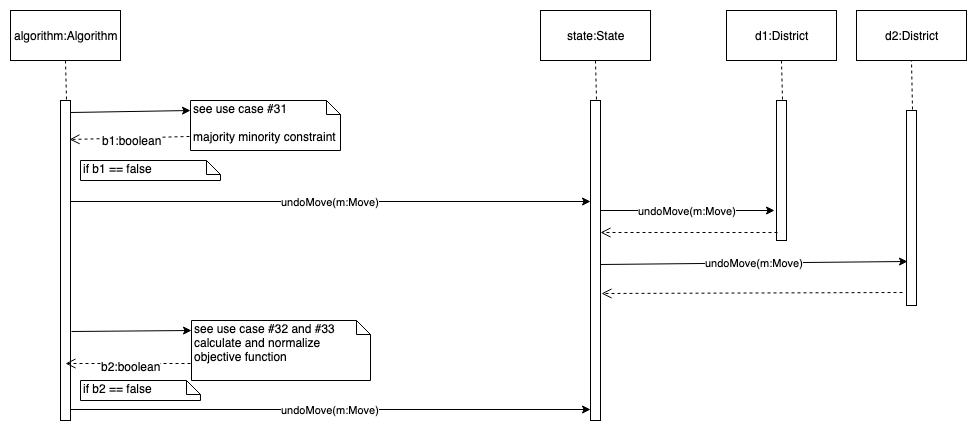
Before: Presentation/SequenceDiagrams/34. Finalize move_reject move.png, a diagram exported from draw.io (Randypaquette13/CSE308New). Source tidied: cells renumbered, new cells last; positions are measured from the earlier drawing's top-left corner, leaving out a move shared by most shapes.
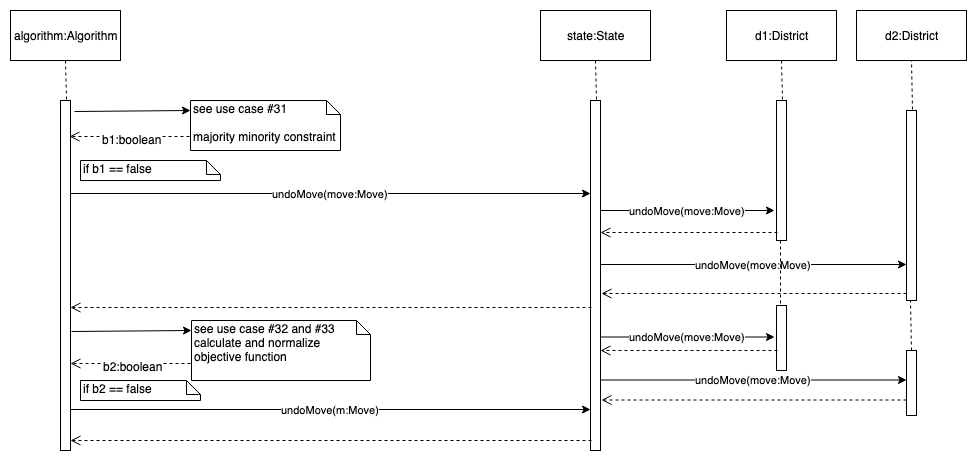
After the commit.

Change to the diagram source:
```diff
@@ -3,7 +3,7 @@
     <mxCell id="0" />
     <mxCell id="1" parent="0" />
     <mxCell id="2" style="html=1;points=[];perimeter=orthogonalPerimeter;" parent="1" vertex="1">
-      <mxGeometry x="50" y="90" width="10" height="320" as="geometry" />
+      <mxGeometry x="50" y="90" width="10" height="350" as="geometry" />
     </mxCell>
     <mxCell id="3" value="algorithm:Algorithm" style="html=1;" parent="1" vertex="1">
       <mxGeometry width="110" height="50" as="geometry" />
@@ -12,7 +12,7 @@
       <mxGeometry relative="1" as="geometry" />
     </mxCell>
     <mxCell id="5" style="html=1;points=[];perimeter=orthogonalPerimeter;" parent="1" vertex="1">
-      <mxGeometry x="580" y="90" width="10" height="320" as="geometry" />
+      <mxGeometry x="580" y="90" width="10" height="350" as="geometry" />
     </mxCell>
     <mxCell id="6" value="state:State" style="html=1;" parent="1" vertex="1">
       <mxGeometry x="530" width="110" height="50" as="geometry" />
@@ -20,10 +20,10 @@
     <mxCell id="7" style="endArrow=none;dashed=1;html=1;entryX=0.5;entryY=1;entryDx=0;entryDy=0;exitX=0.6;exitY=-0.004;exitDx=0;exitDy=0;exitPerimeter=0;" parent="1" edge="1" source="5" target="6">
       <mxGeometry relative="1" as="geometry" />
     </mxCell>
-    <mxCell id="8" value="undoMove(m:Move)" style="endArrow=classic;html=1;exitX=1;exitY=0.316;exitDx=0;exitDy=0;exitPerimeter=0;" parent="1" edge="1" source="2" target="5">
+    <mxCell id="8" value="undoMove(move:Move)" style="endArrow=classic;html=1;exitX=1;exitY=0.266;exitDx=0;exitDy=0;exitPerimeter=0;" parent="1" edge="1" source="2" target="5">
       <mxGeometry relative="1" as="geometry" />
     </mxCell>
-    <mxCell id="9" style="endArrow=classic;html=1;exitX=1;exitY=0.036;exitDx=0;exitDy=0;exitPerimeter=0;" parent="1" edge="1" source="2">
+    <mxCell id="9" style="endArrow=classic;html=1;exitX=1.4;exitY=0.031;exitDx=0;exitDy=0;exitPerimeter=0;" parent="1" edge="1" source="2">
       <mxGeometry relative="1" as="geometry">
         <mxPoint x="180" y="100" as="targetPoint" />
       </mxGeometry>
@@ -31,8 +31,10 @@
     <mxCell id="10" value="see use case #31&lt;br&gt;&lt;br&gt;majority minority constraint&lt;br&gt;" style="shape=note;whiteSpace=wrap;html=1;size=14;verticalAlign=top;align=left;spacingTop=-6;" parent="1" vertex="1">
       <mxGeometry x="180" y="90" width="150" height="50" as="geometry" />
     </mxCell>
-    <mxCell id="11" style="html=1;verticalAlign=bottom;endArrow=open;dashed=1;endSize=8;exitX=-0.007;exitY=0.72;exitDx=0;exitDy=0;exitPerimeter=0;entryX=0.9;entryY=0.123;entryDx=0;entryDy=0;entryPerimeter=0;" parent="1" edge="1" source="10" target="2">
-      <mxGeometry relative="1" as="geometry" />
+    <mxCell id="11" style="html=1;verticalAlign=bottom;endArrow=open;dashed=1;endSize=8;exitX=-0.007;exitY=0.72;exitDx=0;exitDy=0;exitPerimeter=0;" parent="1" edge="1" source="10">
+      <mxGeometry relative="1" as="geometry">
+        <mxPoint x="59" y="126" as="targetPoint" />
+      </mxGeometry>
     </mxCell>
     <mxCell id="12" value="b1:boolean" style="text;html=1;align=center;verticalAlign=middle;labelBackgroundColor=#ffffff;" parent="11" vertex="1">
       <mxGeometry x="-0.04" y="2" relative="1" as="geometry" />
@@ -50,7 +52,7 @@
       <mxGeometry relative="1" as="geometry" />
     </mxCell>
     <mxCell id="17" style="html=1;points=[];perimeter=orthogonalPerimeter;" parent="1" vertex="1">
-      <mxGeometry x="896" y="100" width="10" height="195" as="geometry" />
+      <mxGeometry x="896" y="100" width="10" height="190" as="geometry" />
     </mxCell>
     <mxCell id="18" value="d2:District" style="html=1;" parent="1" vertex="1">
       <mxGeometry x="846" width="110" height="50" as="geometry" />
@@ -58,10 +60,10 @@
     <mxCell id="19" style="endArrow=none;dashed=1;html=1;entryX=0.5;entryY=1;entryDx=0;entryDy=0;exitX=0.6;exitY=-0.004;exitDx=0;exitDy=0;exitPerimeter=0;" parent="1" edge="1" source="17" target="18">
       <mxGeometry relative="1" as="geometry" />
     </mxCell>
-    <mxCell id="20" value="undoMove(m:Move)" style="endArrow=classic;html=1;entryX=-0.2;entryY=0.786;entryDx=0;entryDy=0;entryPerimeter=0;" parent="1" edge="1" source="5" target="14">
+    <mxCell id="20" value="undoMove(move:Move)" style="endArrow=classic;html=1;entryX=-0.2;entryY=0.786;entryDx=0;entryDy=0;entryPerimeter=0;" parent="1" edge="1" source="5" target="14">
       <mxGeometry relative="1" as="geometry" />
     </mxCell>
-    <mxCell id="21" value="undoMove(m:Move)" style="endArrow=classic;html=1;entryX=0.1;entryY=0.772;entryDx=0;entryDy=0;entryPerimeter=0;" parent="1" edge="1" target="17">
+    <mxCell id="21" value="undoMove(move:Move)" style="endArrow=classic;html=1;" parent="1" edge="1" target="17">
       <mxGeometry relative="1" as="geometry">
         <mxPoint x="590" y="254" as="sourcePoint" />
       </mxGeometry>
@@ -69,7 +71,7 @@
     <mxCell id="22" style="html=1;verticalAlign=bottom;endArrow=open;dashed=1;endSize=8;exitX=0.1;exitY=0.943;exitDx=0;exitDy=0;exitPerimeter=0;" parent="1" edge="1" source="14" target="5">
       <mxGeometry relative="1" as="geometry" />
     </mxCell>
-    <mxCell id="23" style="html=1;verticalAlign=bottom;endArrow=open;dashed=1;endSize=8;exitX=-0.4;exitY=0.933;exitDx=0;exitDy=0;exitPerimeter=0;" parent="1" edge="1" source="17">
+    <mxCell id="23" style="html=1;verticalAlign=bottom;endArrow=open;dashed=1;endSize=8;" parent="1" edge="1" source="17">
       <mxGeometry relative="1" as="geometry">
         <mxPoint x="591" y="283" as="targetPoint" />
       </mxGeometry>
@@ -85,7 +87,7 @@
     </mxCell>
     <mxCell id="26" style="html=1;verticalAlign=bottom;endArrow=open;dashed=1;endSize=8;exitX=-0.007;exitY=0.72;exitDx=0;exitDy=0;exitPerimeter=0;" parent="1" edge="1" source="25">
       <mxGeometry relative="1" as="geometry">
-        <mxPoint x="55" y="353" as="targetPoint" />
+        <mxPoint x="60" y="353" as="targetPoint" />
       </mxGeometry>
     </mxCell>
     <mxCell id="27" value="b2:boolean" style="text;html=1;align=center;verticalAlign=middle;labelBackgroundColor=#ffffff;" parent="26" vertex="1">
@@ -100,5 +102,55 @@
         <mxPoint x="580" y="399" as="targetPoint" />
       </mxGeometry>
     </mxCell>
+    <mxCell id="30" style="endArrow=none;dashed=1;html=1;entryX=0.4;entryY=0.007;entryDx=0;entryDy=0;entryPerimeter=0;" parent="1" edge="1" target="31">
+      <mxGeometry relative="1" as="geometry">
+        <mxPoint x="770" y="230" as="sourcePoint" />
+      </mxGeometry>
+    </mxCell>
+    <mxCell id="31" style="html=1;points=[];perimeter=orthogonalPerimeter;" parent="1" vertex="1">
+      <mxGeometry x="766" y="295" width="10" height="65" as="geometry" />
+    </mxCell>
+    <mxCell id="32" value="undoMove(move:Move)" style="endArrow=classic;html=1;entryX=-0.2;entryY=0.786;entryDx=0;entryDy=0;entryPerimeter=0;" parent="1" edge="1">
+      <mxGeometry relative="1" as="geometry">
+        <mxPoint x="590" y="326.5" as="sourcePoint" />
+        <mxPoint x="764" y="326.5" as="targetPoint" />
+      </mxGeometry>
+    </mxCell>
+    <mxCell id="33" style="html=1;verticalAlign=bottom;endArrow=open;dashed=1;endSize=8;exitX=0.1;exitY=0.943;exitDx=0;exitDy=0;exitPerimeter=0;" parent="1" edge="1">
+      <mxGeometry relative="1" as="geometry">
+        <mxPoint x="767" y="340" as="sourcePoint" />
+        <mxPoint x="590" y="340" as="targetPoint" />
+      </mxGeometry>
+    </mxCell>
+    <mxCell id="34" value="undoMove(move:Move)" style="endArrow=classic;html=1;" parent="1" edge="1">
+      <mxGeometry relative="1" as="geometry">
+        <mxPoint x="590" y="369.5" as="sourcePoint" />
+        <mxPoint x="896" y="369.5" as="targetPoint" />
+      </mxGeometry>
+    </mxCell>
+    <mxCell id="35" style="html=1;verticalAlign=bottom;endArrow=open;dashed=1;endSize=8;" parent="1" edge="1">
+      <mxGeometry relative="1" as="geometry">
+        <mxPoint x="896" y="389.5" as="sourcePoint" />
+        <mxPoint x="591" y="389.5" as="targetPoint" />
+      </mxGeometry>
+    </mxCell>
+    <mxCell id="36" style="endArrow=none;dashed=1;html=1;exitX=0.6;exitY=-0.004;exitDx=0;exitDy=0;exitPerimeter=0;" parent="1" edge="1">
+      <mxGeometry relative="1" as="geometry">
+        <mxPoint x="901" y="340" as="sourcePoint" />
+        <mxPoint x="900" y="290" as="targetPoint" />
+      </mxGeometry>
+    </mxCell>
+    <mxCell id="37" style="html=1;perimeter=orthogonalPerimeter;" parent="1" vertex="1">
+      <mxGeometry x="896" y="340" width="10" height="65" as="geometry" />
+    </mxCell>
+    <mxCell id="38" style="html=1;verticalAlign=bottom;endArrow=open;dashed=1;endSize=8;exitX=0.1;exitY=0.591;exitDx=0;exitDy=0;exitPerimeter=0;" parent="1" edge="1" source="5" target="2">
+      <mxGeometry relative="1" as="geometry" />
+    </mxCell>
+    <mxCell id="39" style="html=1;verticalAlign=bottom;endArrow=open;dashed=1;endSize=8;exitX=0.1;exitY=0.591;exitDx=0;exitDy=0;exitPerimeter=0;" parent="1" edge="1">
+      <mxGeometry relative="1" as="geometry">
+        <mxPoint x="581" y="430" as="sourcePoint" />
+        <mxPoint x="60" y="430" as="targetPoint" />
+      </mxGeometry>
+    </mxCell>
   </root>
 </mxGraphModel>
```
